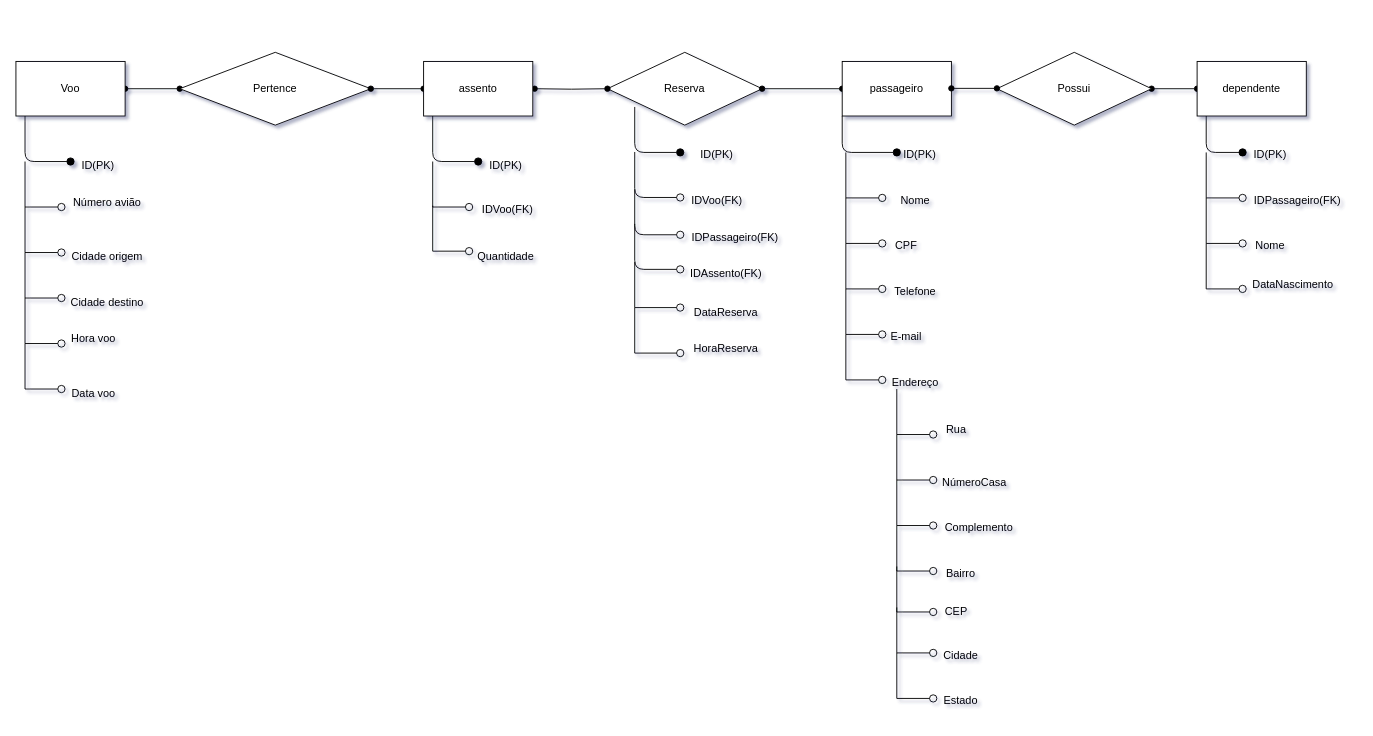
Before: trabalhobancodedados.drawio in WillianMaba/trabalhobancodedados, a draw.io diagram. Source tidied: cells renumbered, new cells numbered last; positions are measured from the earlier drawing's top-left corner, leaving out a move shared by most shapes. Both pictures are drawn from the tidied source at 91%, with x=0, y=0 at pixel (15, 52).
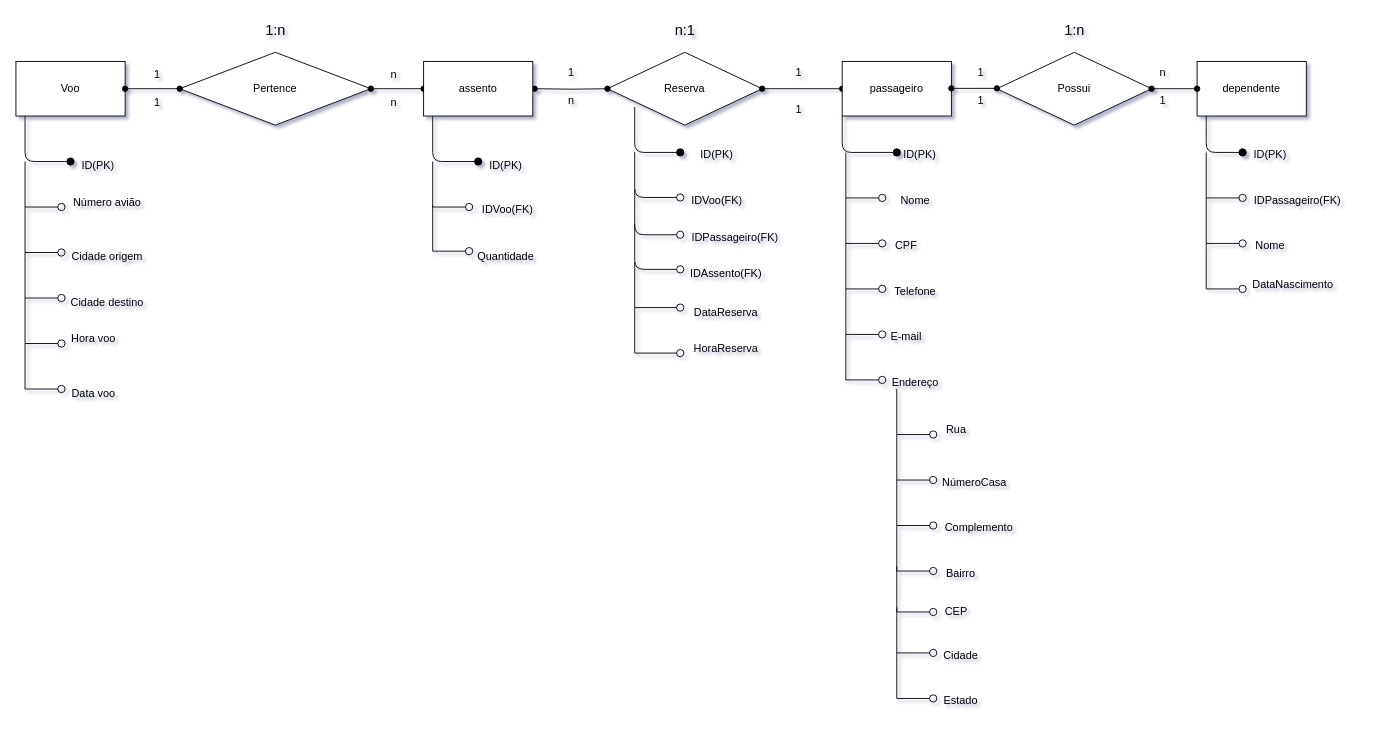
After the change.

Unchanged cells that the change refers to:
```xml
<mxCell id="3" value="Pertence" style="rhombus;whiteSpace=wrap;html=1;direction=west;" parent="1" vertex="1">
  <mxGeometry x="180" width="210" height="80" as="geometry" />
</mxCell>
<mxCell id="8" value="Voo" style="rounded=0;whiteSpace=wrap;html=1;" parent="1" vertex="1">
  <mxGeometry y="10" width="120" height="60" as="geometry" />
</mxCell>
<mxCell id="55" value="Possui" style="rhombus;whiteSpace=wrap;html=1;direction=west;" parent="1" vertex="1">
  <mxGeometry x="1078" width="170" height="80" as="geometry" />
</mxCell>
<mxCell id="57" value="dependente" style="rounded=0;whiteSpace=wrap;html=1;" parent="1" vertex="1">
  <mxGeometry x="1298" y="10" width="120" height="60" as="geometry" />
</mxCell>
```

Diff of the diagram source:
```diff
@@
-    <mxCell id="2" style="edgeStyle=orthogonalEdgeStyle;rounded=0;jettySize=auto;html=1;startArrow=oval;startFill=1;endArrow=oval;endFill=1;" parent="1" edge="1" source="8" target="3">
-      <mxGeometry relative="1" as="geometry" />
-    </mxCell>
@@
+    <mxCell id="2" style="edgeStyle=orthogonalEdgeStyle;rounded=0;jettySize=auto;html=1;startArrow=oval;startFill=1;endArrow=oval;endFill=1;" parent="1" edge="1" source="8" target="3">
+      <mxGeometry relative="1" as="geometry" />
+    </mxCell>
@@
-    <mxCell id="27" style="edgeStyle=orthogonalEdgeStyle;rounded=0;jettySize=auto;html=1;startArrow=oval;startFill=1;endArrow=oval;endFill=1;entryX=0;entryY=0.5;entryDx=0;entryDy=0;" parent="1" edge="1" source="55" target="57">
-      <mxGeometry relative="1" as="geometry" />
-    </mxCell>
@@
+    <mxCell id="27" style="edgeStyle=orthogonalEdgeStyle;rounded=0;jettySize=auto;html=1;startArrow=oval;startFill=1;endArrow=oval;endFill=1;entryX=0;entryY=0.5;entryDx=0;entryDy=0;" parent="1" edge="1" source="55" target="57">
+      <mxGeometry relative="1" as="geometry" />
+    </mxCell>
@@
+    <mxCell id="80" value="1" style="text;html=1;align=center;verticalAlign=middle;strokeColor=none;fillColor=none;" parent="1" vertex="1">
+      <mxGeometry x="140" y="10" width="30" height="30" as="geometry" />
+    </mxCell>
+    <mxCell id="81" value="n" style="text;html=1;align=center;verticalAlign=middle;strokeColor=none;fillColor=none;" parent="1" vertex="1">
+      <mxGeometry x="400" y="10" width="30" height="30" as="geometry" />
+    </mxCell>
+    <mxCell id="82" value="n" style="text;html=1;align=center;verticalAlign=middle;strokeColor=none;fillColor=none;" parent="1" vertex="1">
+      <mxGeometry x="400" y="40" width="30" height="30" as="geometry" />
+    </mxCell>
+    <mxCell id="83" value="1" style="text;html=1;align=center;verticalAlign=middle;strokeColor=none;fillColor=none;" parent="1" vertex="1">
+      <mxGeometry x="140" y="40" width="30" height="30" as="geometry" />
+    </mxCell>
+    <mxCell id="84" value="1" style="text;html=1;align=center;verticalAlign=middle;strokeColor=none;fillColor=none;" parent="1" vertex="1">
+      <mxGeometry x="595" y="8" width="30" height="30" as="geometry" />
+    </mxCell>
+    <mxCell id="85" value="1" style="text;html=1;align=center;verticalAlign=middle;strokeColor=none;fillColor=none;" parent="1" vertex="1">
+      <mxGeometry x="845" y="8" width="30" height="30" as="geometry" />
+    </mxCell>
+    <mxCell id="86" value="1" style="text;html=1;align=center;verticalAlign=middle;strokeColor=none;fillColor=none;" parent="1" vertex="1">
+      <mxGeometry x="845" y="48" width="30" height="30" as="geometry" />
+    </mxCell>
+    <mxCell id="87" value="n" style="text;html=1;align=center;verticalAlign=middle;strokeColor=none;fillColor=none;" parent="1" vertex="1">
+      <mxGeometry x="595" y="38" width="30" height="30" as="geometry" />
+    </mxCell>
+    <mxCell id="88" value="1:n" style="text;html=1;align=center;verticalAlign=middle;strokeColor=none;fillColor=none;fontSize=16;" parent="1" vertex="1">
+      <mxGeometry x="260" y="-40" width="50" height="30" as="geometry" />
+    </mxCell>
+    <mxCell id="89" value="n:1" style="text;html=1;align=center;verticalAlign=middle;strokeColor=none;fillColor=none;fontSize=16;" parent="1" vertex="1">
+      <mxGeometry x="710" y="-40" width="50" height="30" as="geometry" />
+    </mxCell>
+    <mxCell id="90" value="1" style="text;html=1;align=center;verticalAlign=middle;strokeColor=none;fillColor=none;" parent="1" vertex="1">
+      <mxGeometry x="1045" y="8" width="30" height="30" as="geometry" />
+    </mxCell>
+    <mxCell id="91" value="n" style="text;html=1;align=center;verticalAlign=middle;strokeColor=none;fillColor=none;" parent="1" vertex="1">
+      <mxGeometry x="1245" y="8" width="30" height="30" as="geometry" />
+    </mxCell>
+    <mxCell id="92" value="1" style="text;html=1;align=center;verticalAlign=middle;strokeColor=none;fillColor=none;" parent="1" vertex="1">
+      <mxGeometry x="1245" y="38" width="30" height="30" as="geometry" />
+    </mxCell>
+    <mxCell id="93" value="1" style="text;html=1;align=center;verticalAlign=middle;strokeColor=none;fillColor=none;" parent="1" vertex="1">
+      <mxGeometry x="1045" y="38" width="30" height="30" as="geometry" />
+    </mxCell>
+    <mxCell id="94" value="1:n" style="text;html=1;align=center;verticalAlign=middle;strokeColor=none;fillColor=none;fontSize=16;" parent="1" vertex="1">
+      <mxGeometry x="1138" y="-40" width="50" height="30" as="geometry" />
+    </mxCell>
```
